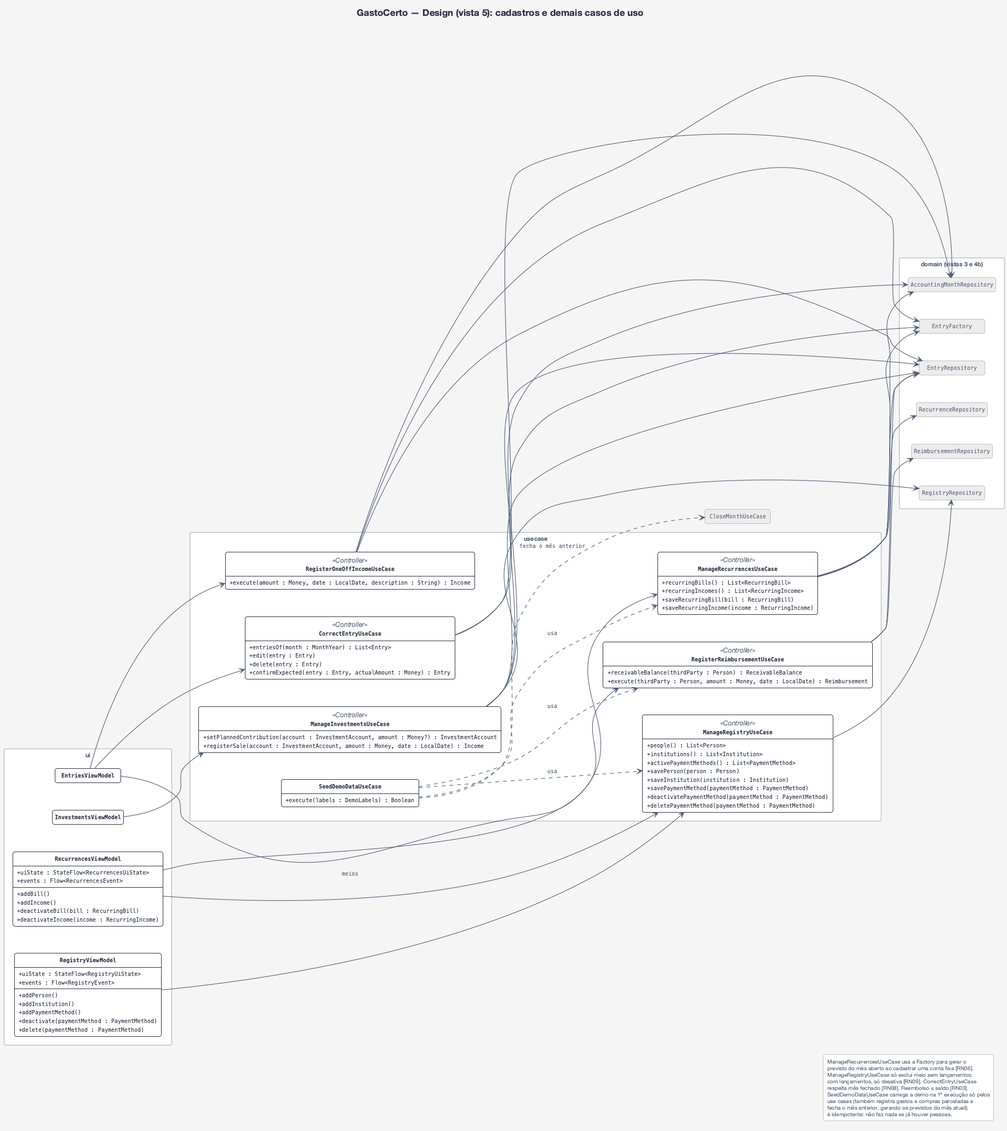
gabrielfbarbosa/gasto-certo keeps this PlantUML diagram as docs/uml/design-5-cadastros.png. Above is the earlier version.
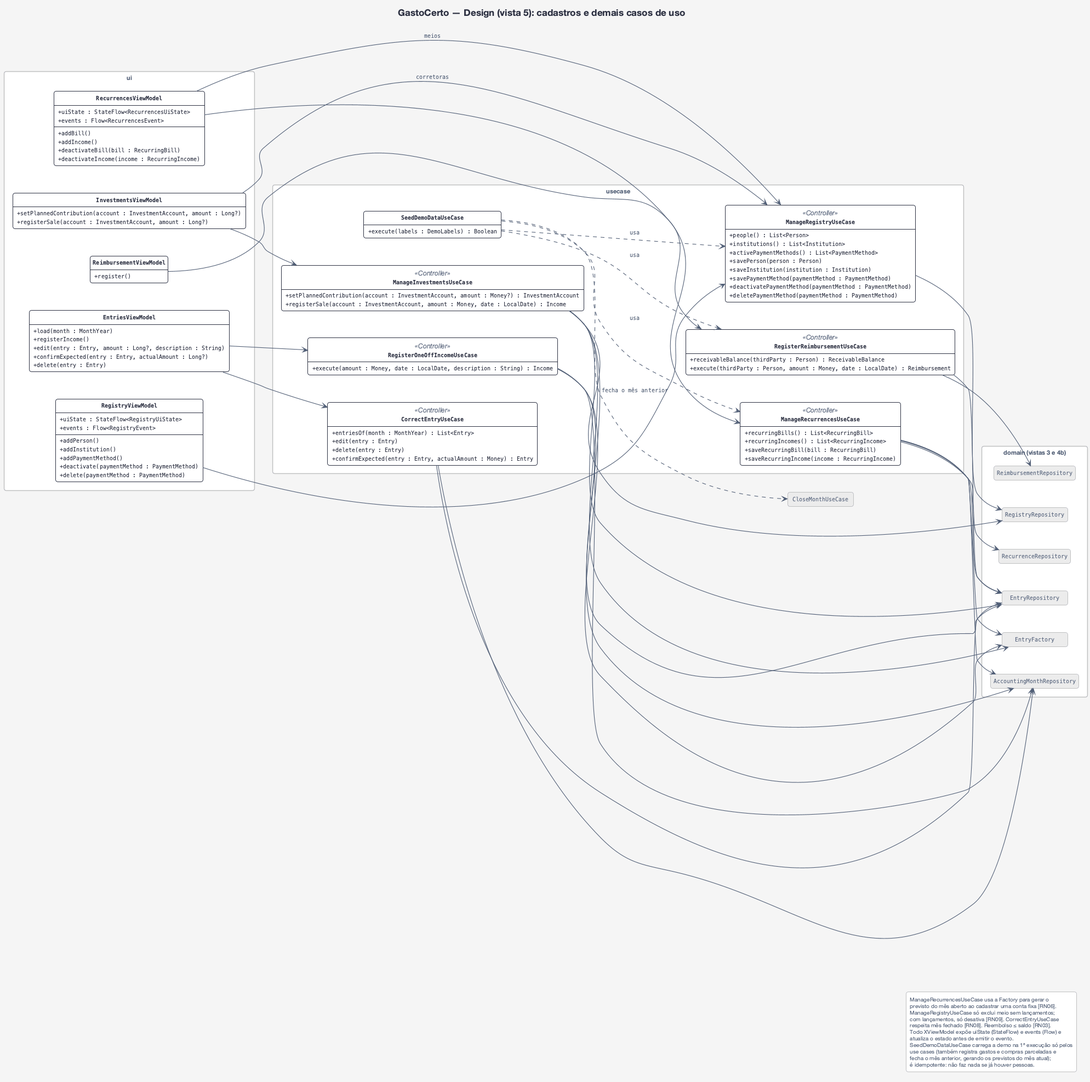
Later version of the same file.

What changed in the source:
```diff
@@ -26,8 +26,20 @@
     + deactivateBill(bill : RecurringBill)
     + deactivateIncome(income : RecurringIncome)
   }
-  class InvestmentsViewModel
-  class EntriesViewModel
+  class InvestmentsViewModel {
+    + setPlannedContribution(account : InvestmentAccount, amount : Long?)
+    + registerSale(account : InvestmentAccount, amount : Long?)
+  }
+  class EntriesViewModel {
+    + load(month : MonthYear)
+    + registerIncome()
+    + edit(entry : Entry, amount : Long?, description : String)
+    + confirmExpected(entry : Entry, actualAmount : Long?)
+    + delete(entry : Entry)
+  }
+  class ReimbursementViewModel {
+    + register()
+  }
 }
 package "usecase" {
   class ManageRegistryUseCase <<Controller>> {
@@ -83,7 +95,8 @@
 InvestmentsViewModel --> ManageInvestmentsUseCase
 EntriesViewModel --> RegisterOneOffIncomeUseCase
 EntriesViewModel --> CorrectEntryUseCase
-EntriesViewModel --> RegisterReimbursementUseCase
+ReimbursementViewModel --> RegisterReimbursementUseCase
+InvestmentsViewModel --> ManageRegistryUseCase : corretoras
 ManageRegistryUseCase --> RegistryRepository
 ManageRecurrencesUseCase --> RecurrenceRepository
 ManageRecurrencesUseCase --> EntryFactory
@@ -111,6 +124,8 @@
   ManageRegistryUseCase só exclui meio sem lançamentos;
   com lançamentos, só desativa [RN09]. CorrectEntryUseCase
   respeita mês fechado [RN08]. Reembolso ≤ saldo [RN03].
+  Todo XViewModel expõe uiState (StateFlow) e events (Flow) e
+  atualiza o estado antes de emitir o evento.
   SeedDemoDataUseCase carrega a demo na 1ª execução só pelos
   use cases (também registra gastos e compras parceladas e
   fecha o mês anterior, gerando os previstos do mês atual);
```
